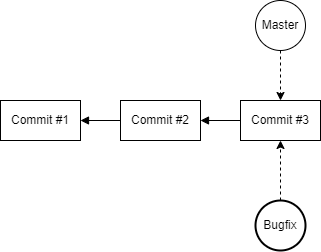
braboj/tutorial-git keeps this draw.io diagram as Assets/images/git-branch-new.png. Above is the earlier version. Source tidied: cells renumbered, new cells last; positions are measured from the earlier drawing's top-left corner, leaving out a move shared by most shapes. Source of this version:
```xml
<mxGraphModel>
  <root>
    <mxCell id="0" />
    <mxCell id="1" parent="0" />
    <mxCell id="2" style="edgeStyle=orthogonalEdgeStyle;rounded=0;jettySize=auto;html=1;entryX=0;entryY=0.5;entryDx=0;entryDy=0;endArrow=none;endFill=0;startArrow=block;startFill=1;" parent="1" edge="1" source="3" target="5">
      <mxGeometry relative="1" as="geometry" />
    </mxCell>
    <mxCell id="3" value="Commit #1" style="rounded=0;whiteSpace=wrap;html=1;" parent="1" vertex="1">
      <mxGeometry y="100" width="80" height="40" as="geometry" />
    </mxCell>
    <mxCell id="4" style="edgeStyle=orthogonalEdgeStyle;rounded=0;jettySize=auto;html=1;endArrow=none;endFill=0;startArrow=block;startFill=1;" parent="1" edge="1" source="5" target="6">
      <mxGeometry relative="1" as="geometry" />
    </mxCell>
    <mxCell id="5" value="Commit #2" style="rounded=0;whiteSpace=wrap;html=1;" parent="1" vertex="1">
      <mxGeometry x="120" y="100" width="80" height="40" as="geometry" />
    </mxCell>
    <mxCell id="6" value="Commit #3" style="rounded=0;whiteSpace=wrap;html=1;" parent="1" vertex="1">
      <mxGeometry x="240" y="100" width="80" height="40" as="geometry" />
    </mxCell>
    <mxCell id="7" style="edgeStyle=orthogonalEdgeStyle;rounded=0;jettySize=auto;html=1;entryX=0.5;entryY=0;entryDx=0;entryDy=0;dashed=1;" parent="1" edge="1" source="8" target="6">
      <mxGeometry relative="1" as="geometry" />
    </mxCell>
    <mxCell id="8" value="Master" style="ellipse;whiteSpace=wrap;html=1;" parent="1" vertex="1">
      <mxGeometry x="255" width="50" height="50" as="geometry" />
    </mxCell>
    <mxCell id="9" style="edgeStyle=orthogonalEdgeStyle;rounded=0;jettySize=auto;html=1;entryX=0.5;entryY=1;entryDx=0;entryDy=0;dashed=1;" parent="1" edge="1" source="10">
      <mxGeometry relative="1" as="geometry">
        <mxPoint x="280" y="140" as="targetPoint" />
      </mxGeometry>
    </mxCell>
    <mxCell id="10" value="Bugfix" style="ellipse;whiteSpace=wrap;html=1;strokeWidth=2;" parent="1" vertex="1">
      <mxGeometry x="255" y="200" width="50" height="50" as="geometry" />
    </mxCell>
  </root>
</mxGraphModel>
```
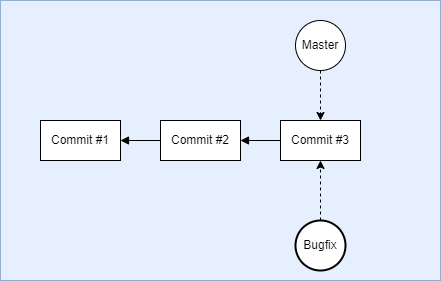
Later version of the same file.

What changed in the source:
```diff
@@ -1,7 +1,10 @@
-<mxGraphModel>
+<mxGraphModel background="#FFFFFF">
   <root>
     <mxCell id="0" />
     <mxCell id="1" parent="0" />
+    <mxCell id="11" style="rounded=0;whiteSpace=wrap;html=1;fillColor=#dae8fc;strokeColor=#6c8ebf;glass=0;shadow=0;sketch=0;opacity=70;" parent="1" vertex="1">
+      <mxGeometry x="-40" y="-20" width="440" height="280" as="geometry" />
+    </mxCell>
     <mxCell id="2" style="edgeStyle=orthogonalEdgeStyle;rounded=0;jettySize=auto;html=1;entryX=0;entryY=0.5;entryDx=0;entryDy=0;endArrow=none;endFill=0;startArrow=block;startFill=1;" parent="1" edge="1" source="3" target="5">
       <mxGeometry relative="1" as="geometry" />
     </mxCell>
```
